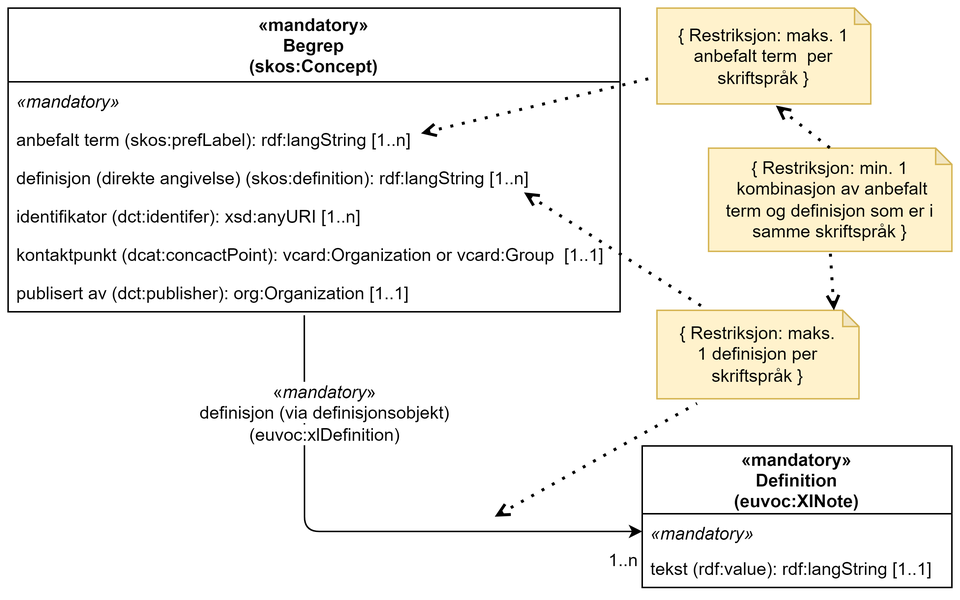
Informasjonsforvaltning/skos-ap-no-begrep keeps this draw.io diagram as docs/images/SKOS-AP-NO-Begrep-kun-obligatoriske.png. Above is the earlier version. Source tidied: cells renumbered, new cells last; positions are measured from the earlier drawing's top-left corner, leaving out a move shared by most shapes.
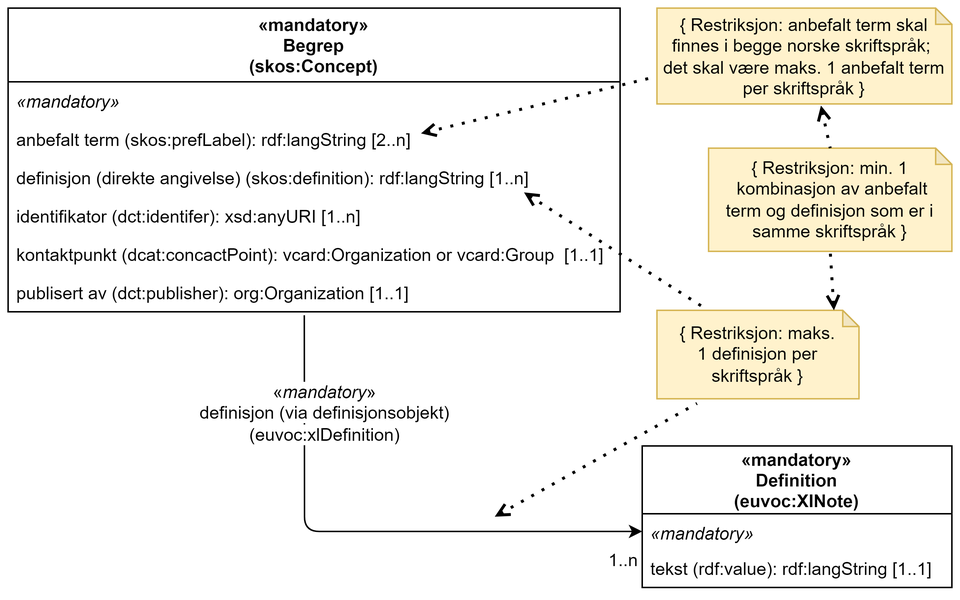
The same diagram one commit later.

Commit message:
Anbefalt term i begge norske skriftspråk (høringsinnspill Språkrådet-02)

What changed in the source:
```diff
@@ -8,7 +8,7 @@
     <mxCell id="3" value="«mandatory»" style="text;strokeColor=none;fillColor=none;align=left;verticalAlign=top;spacingLeft=4;spacingRight=4;overflow=hidden;fontStyle=2;" parent="2" vertex="1">
       <mxGeometry y="50" width="415" height="26" as="geometry" />
     </mxCell>
-    <mxCell id="4" value="anbefalt term (skos:prefLabel): rdf:langString [1..n]" style="text;strokeColor=none;fillColor=none;align=left;verticalAlign=top;spacingLeft=4;spacingRight=4;overflow=hidden;labelBackgroundColor=none;" parent="2" vertex="1">
+    <mxCell id="4" value="anbefalt term (skos:prefLabel): rdf:langString [2..n]" style="text;strokeColor=none;fillColor=none;align=left;verticalAlign=top;spacingLeft=4;spacingRight=4;overflow=hidden;labelBackgroundColor=none;" parent="2" vertex="1">
       <mxGeometry y="76" width="415" height="26" as="geometry" />
     </mxCell>
     <mxCell id="5" value="definisjon (direkte angivelse) (skos:definition): rdf:langString [1..n]" style="text;strokeColor=none;fillColor=none;align=left;verticalAlign=top;spacingLeft=4;spacingRight=4;overflow=hidden;points=[[0,0.5],[1,0.5]];portConstraint=eastwest;labelBackgroundColor=none;" parent="2" vertex="1">
@@ -53,8 +53,8 @@
         <mxPoint x="330" y="345" as="sourcePoint" />
       </mxGeometry>
     </mxCell>
-    <mxCell id="17" value="{ Restriksjon: maks. 1 anbefalt term&amp;nbsp; per skriftspråk&amp;nbsp;}" style="shape=note;whiteSpace=wrap;html=1;backgroundOutline=1;darkOpacity=0.05;size=11;spacingTop=2;spacingBottom=2;spacingLeft=2;spacingRight=2;fillColor=#fff2cc;strokeColor=#d6b656;" parent="1" vertex="1">
-      <mxGeometry x="440" width="145" height="65" as="geometry" />
+    <mxCell id="17" value="{ Restriksjon: anbefalt term skal finnes i begge norske skriftspråk; &lt;br&gt;det skal være maks. 1 anbefalt term per skriftspråk&amp;nbsp;}" style="shape=note;whiteSpace=wrap;html=1;backgroundOutline=1;darkOpacity=0.05;size=11;spacingTop=2;spacingBottom=2;spacingLeft=2;spacingRight=2;fillColor=#fff2cc;strokeColor=#d6b656;" parent="1" vertex="1">
+      <mxGeometry x="440" width="200" height="65" as="geometry" />
     </mxCell>
     <mxCell id="18" value="{ Restriksjon: min. 1&lt;br&gt;&amp;nbsp;kombinasjon av anbefalt term og definisjon som er i samme skriftspråk&amp;nbsp;}" style="shape=note;whiteSpace=wrap;html=1;backgroundOutline=1;darkOpacity=0.05;size=11;spacingLeft=2;spacingBottom=2;spacingRight=2;spacingTop=2;fillColor=#fff2cc;strokeColor=#d6b656;" parent="1" vertex="1">
       <mxGeometry x="475" y="95" width="165" height="70" as="geometry" />
```
